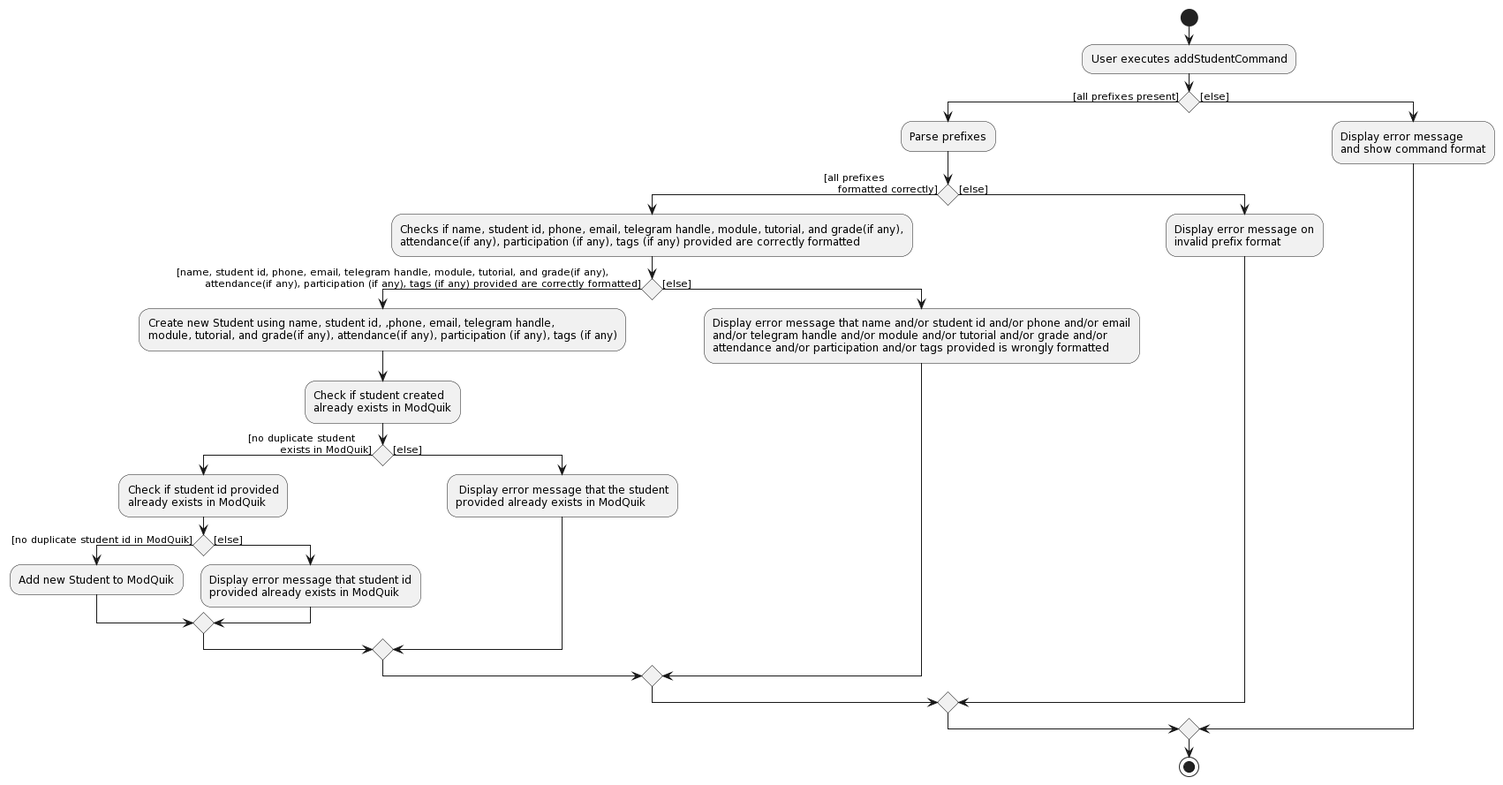
This is docs/images/AddStudentActivityDiagram.png from nus-cs2103-AY2223S1/tp, a PlantUML export, as it was before one commit.
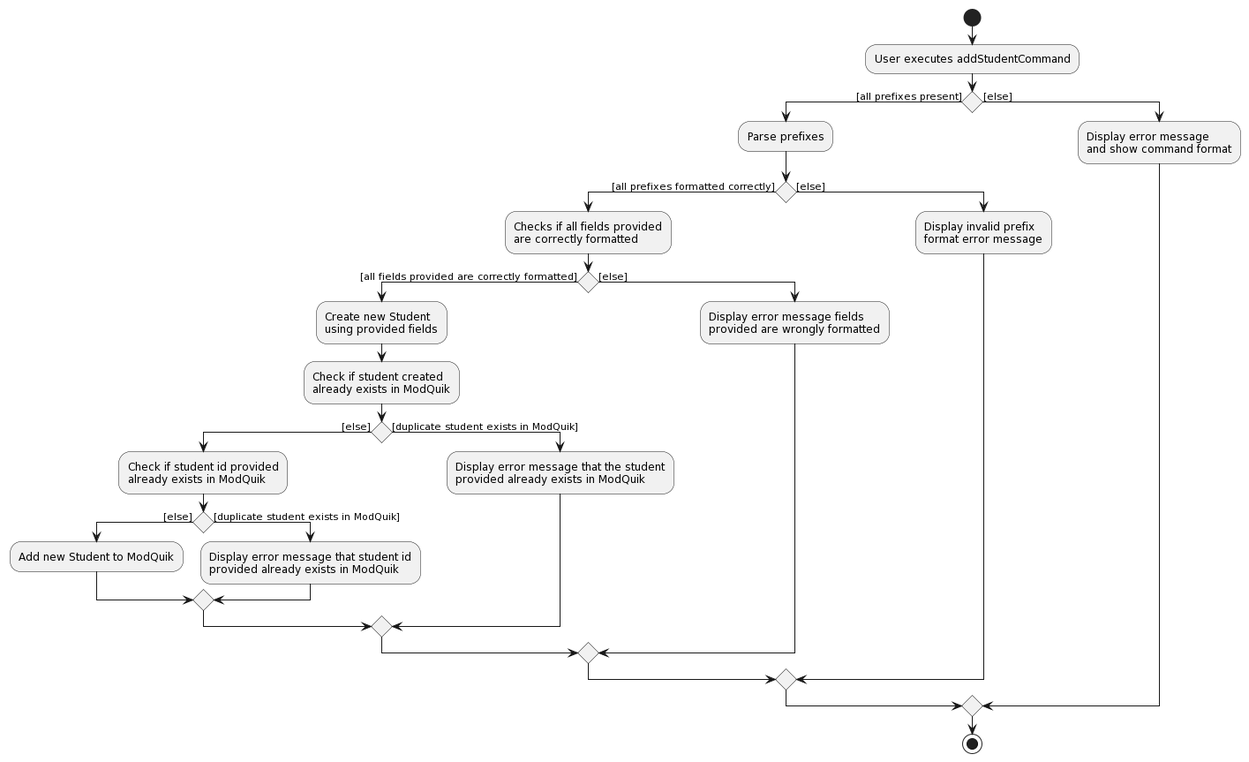
The same diagram one commit later.

Commit message:
Merge branch 'master' of https://github.com/AY2223S1-CS2103T-W17-3/tp into student-activity-diagram

# Conflicts:
#	docs/DeveloperGuide.md

The edit, as a diff of the source:
```diff
@@ -4,38 +4,34 @@
 
 if () then ([all prefixes present])
     :Parse prefixes;
-    if () then ([all prefixes
-    formatted correctly])
-        :Checks if name, student id, phone, email, telegram handle, module, tutorial, and grade(if any),
-        attendance(if any), participation (if any), tags (if any) provided are correctly formatted;
-        if () then ([name, student id, phone, email, telegram handle, module, tutorial, and grade(if any),
-        attendance(if any), participation (if any), tags (if any) provided are correctly formatted])
-            :Create new Student using name, student id, ,phone, email, telegram handle,
-            module, tutorial, and grade(if any), attendance(if any), participation (if any), tags (if any);
+    if () then ([all prefixes formatted correctly])
+        :Checks if all fields provided
+        are correctly formatted;
+        if () then ([all fields provided are correctly formatted])
+            :Create new Student
+            using provided fields;
             :Check if student created
             already exists in ModQuik;
-            if() then ([no duplicate student
-         exists in ModQuik])
+            if() then ([else])
                 :Check if student id provided
                 already exists in ModQuik;
-                if() then ([no duplicate student id in ModQuik])
+                if() then ([else])
                     :Add new Student to ModQuik;
-                 else ([else])
+                else ([duplicate student exists in ModQuik])
                     :Display error message that student id
                     provided already exists in ModQuik;
                 endif
-            else ([else])
-                : Display error message that the student
+            else ([duplicate student exists in ModQuik])
+                :Display error message that the student
                 provided already exists in ModQuik;
             endif
         else ([else])
-            :Display error message that name and/or student id and/or phone and/or email
-            and/or telegram handle and/or module and/or tutorial and/or grade and/or
-            attendance and/or participation and/or tags provided is wrongly formatted;
+            :Display error message fields
+            provided are wrongly formatted;
         endif
     else ([else])
-        :Display error message on
-        invalid prefix format;
+        :Display invalid prefix
+        format error message;
     endif
 else ([else])
     :Display error message
```
